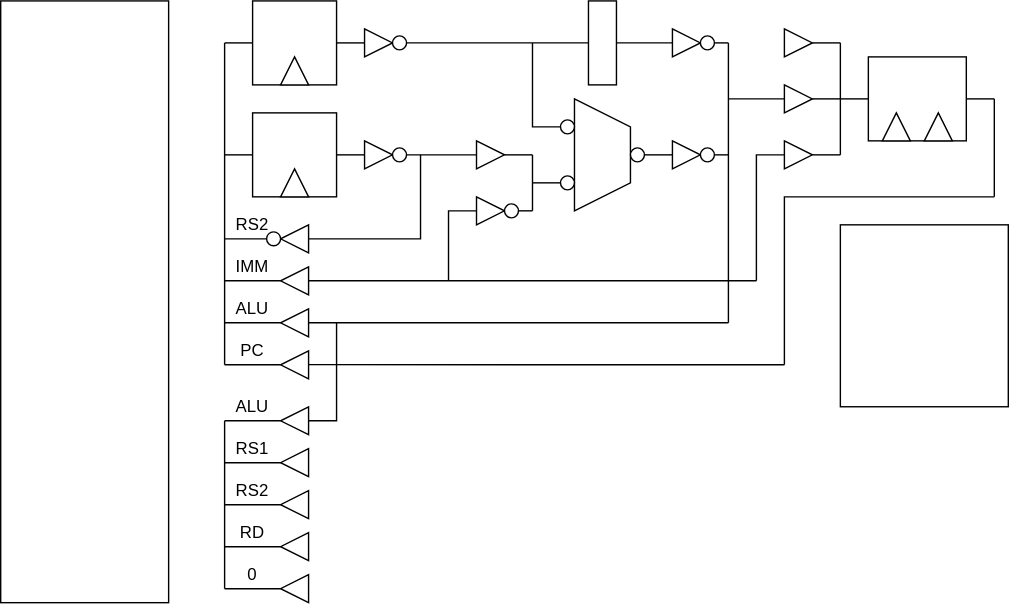
Above: Lab/Computer/Micon/02_LogicIC/img/circuit.dio.svg in amane-uehara/kanade-k-1228.github.io (draw.io), before the change. Source tidied: cells renumbered, new cells last; positions are measured from the earlier drawing's top-left corner, leaving out a move shared by most shapes.
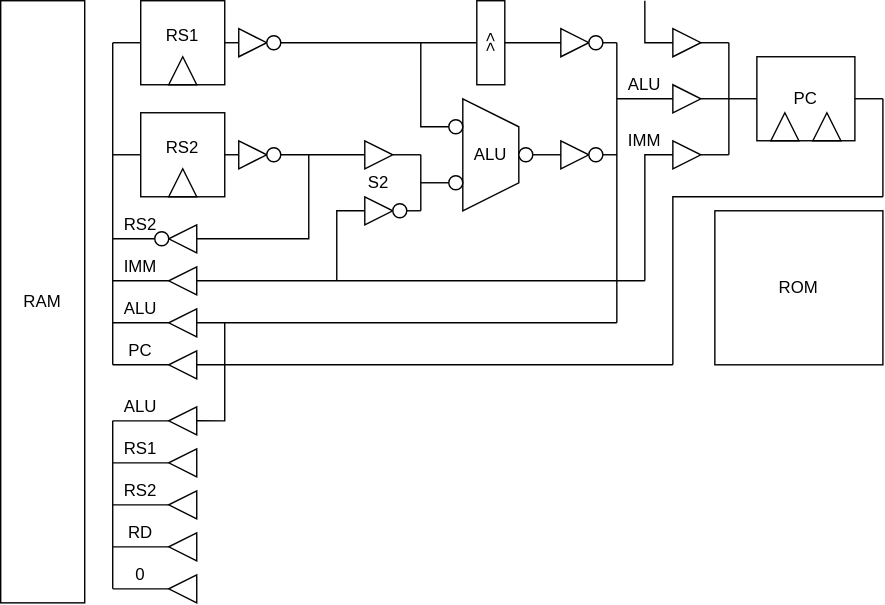
After the change.

What changed in the source:
```diff
@@ -11,7 +11,7 @@
     <mxCell id="4" style="endArrow=none;html=1;" parent="1" edge="1">
       <mxGeometry relative="1" as="geometry">
         <mxPoint x="240" y="30" as="sourcePoint" />
-        <mxPoint x="260" y="30" as="targetPoint" />
+        <mxPoint x="250" y="30" as="targetPoint" />
       </mxGeometry>
     </mxCell>
     <mxCell id="5" style="rounded=0;whiteSpace=wrap;html=1;" parent="1" vertex="1">
@@ -21,26 +21,26 @@
       <mxGeometry x="200" y="120" width="20" height="20" as="geometry" />
     </mxCell>
     <mxCell id="7" style="triangle;whiteSpace=wrap;html=1;direction=east;" parent="1" vertex="1">
-      <mxGeometry x="260" y="100" width="20" height="20" as="geometry" />
+      <mxGeometry x="250" y="100" width="20" height="20" as="geometry" />
     </mxCell>
     <mxCell id="8" style="ellipse;whiteSpace=wrap;html=1;" parent="1" vertex="1">
-      <mxGeometry x="280" y="105" width="10" height="10" as="geometry" />
+      <mxGeometry x="270" y="105" width="10" height="10" as="geometry" />
     </mxCell>
     <mxCell id="9" style="endArrow=none;html=1;" parent="1" edge="1">
       <mxGeometry relative="1" as="geometry">
         <mxPoint x="240" y="110" as="sourcePoint" />
-        <mxPoint x="260" y="110" as="targetPoint" />
+        <mxPoint x="250" y="110" as="targetPoint" />
       </mxGeometry>
     </mxCell>
     <mxCell id="10" style="endArrow=none;html=1;" parent="1" edge="1">
       <mxGeometry relative="1" as="geometry">
-        <mxPoint x="290" y="30" as="sourcePoint" />
+        <mxPoint x="280" y="30" as="sourcePoint" />
         <mxPoint x="420" y="30" as="targetPoint" />
       </mxGeometry>
     </mxCell>
     <mxCell id="11" style="endArrow=none;html=1;" parent="1" edge="1">
       <mxGeometry relative="1" as="geometry">
-        <mxPoint x="290" y="110" as="sourcePoint" />
+        <mxPoint x="280" y="110" as="sourcePoint" />
         <mxPoint x="340" y="110" as="targetPoint" />
       </mxGeometry>
     </mxCell>
@@ -89,7 +89,7 @@
         </Array>
       </mxGeometry>
     </mxCell>
-    <mxCell id="20" style="rounded=0;whiteSpace=wrap;html=1;" parent="1" vertex="1">
+    <mxCell id="20" value="&amp;gt;&amp;gt;" style="rounded=0;whiteSpace=wrap;html=1;horizontal=0;" parent="1" vertex="1">
       <mxGeometry x="420" width="20" height="60" as="geometry" />
     </mxCell>
     <mxCell id="21" style="shape=trapezoid;perimeter=trapezoidPerimeter;whiteSpace=wrap;html=1;fixedSize=1;direction=south;" parent="1" vertex="1">
@@ -147,10 +147,10 @@
       </mxGeometry>
     </mxCell>
     <mxCell id="32" style="triangle;whiteSpace=wrap;html=1;direction=east;" parent="1" vertex="1">
-      <mxGeometry x="260" y="20" width="20" height="20" as="geometry" />
+      <mxGeometry x="250" y="20" width="20" height="20" as="geometry" />
     </mxCell>
     <mxCell id="33" style="ellipse;whiteSpace=wrap;html=1;" parent="1" vertex="1">
-      <mxGeometry x="280" y="25" width="10" height="10" as="geometry" />
+      <mxGeometry x="270" y="25" width="10" height="10" as="geometry" />
     </mxCell>
     <mxCell id="34" style="ellipse;whiteSpace=wrap;html=1;" parent="1" vertex="1">
       <mxGeometry x="400" y="125" width="10" height="10" as="geometry" />
@@ -332,9 +332,6 @@
         <mxPoint x="200" y="300" as="targetPoint" />
       </mxGeometry>
     </mxCell>
-    <mxCell id="71" style="rounded=0;whiteSpace=wrap;html=1;" parent="1" vertex="1">
-      <mxGeometry width="120" height="430" as="geometry" />
-    </mxCell>
     <mxCell id="72" style="endArrow=none;html=1;rounded=0;" parent="1" edge="1">
       <mxGeometry relative="1" as="geometry">
         <mxPoint x="220" y="300" as="sourcePoint" />
@@ -407,9 +404,6 @@
     <mxCell id="89" value="0" style="text;html=1;strokeColor=none;fillColor=none;align=center;verticalAlign=middle;whiteSpace=wrap;rounded=0;" parent="1" vertex="1">
       <mxGeometry x="160" y="400" width="40" height="20" as="geometry" />
     </mxCell>
-    <mxCell id="90" style="rounded=0;whiteSpace=wrap;html=1;" parent="1" vertex="1">
-      <mxGeometry x="600" y="160" width="120" height="130" as="geometry" />
-    </mxCell>
     <mxCell id="91" style="endArrow=none;html=1;rounded=0;" parent="1" edge="1">
       <mxGeometry relative="1" as="geometry">
         <mxPoint x="560" y="260" as="sourcePoint" />
@@ -419,5 +413,41 @@
         </Array>
       </mxGeometry>
     </mxCell>
+    <mxCell id="92" style="endArrow=none;html=1;rounded=0;" parent="1" edge="1">
+      <mxGeometry relative="1" as="geometry">
+        <mxPoint x="540" as="sourcePoint" />
+        <mxPoint x="560" y="30" as="targetPoint" />
+        <Array as="points">
+          <mxPoint x="540" y="30" />
+        </Array>
+      </mxGeometry>
+    </mxCell>
+    <mxCell id="93" value="RS2" style="text;html=1;strokeColor=none;fillColor=none;align=center;verticalAlign=middle;whiteSpace=wrap;rounded=0;" parent="1" vertex="1">
+      <mxGeometry x="190" y="95" width="40" height="20" as="geometry" />
+    </mxCell>
+    <mxCell id="94" value="RS1" style="text;html=1;strokeColor=none;fillColor=none;align=center;verticalAlign=middle;whiteSpace=wrap;rounded=0;" parent="1" vertex="1">
+      <mxGeometry x="190" y="15" width="40" height="20" as="geometry" />
+    </mxCell>
+    <mxCell id="95" value="S2" style="text;html=1;strokeColor=none;fillColor=none;align=center;verticalAlign=middle;whiteSpace=wrap;rounded=0;" parent="1" vertex="1">
+      <mxGeometry x="330" y="120" width="40" height="20" as="geometry" />
+    </mxCell>
+    <mxCell id="96" value="ALU" style="text;html=1;strokeColor=none;fillColor=none;align=center;verticalAlign=middle;whiteSpace=wrap;rounded=0;" parent="1" vertex="1">
+      <mxGeometry x="520" y="50" width="40" height="20" as="geometry" />
+    </mxCell>
+    <mxCell id="97" value="IMM" style="text;html=1;strokeColor=none;fillColor=none;align=center;verticalAlign=middle;whiteSpace=wrap;rounded=0;" parent="1" vertex="1">
+      <mxGeometry x="520" y="90" width="40" height="20" as="geometry" />
+    </mxCell>
+    <mxCell id="98" value="PC" style="text;html=1;strokeColor=none;fillColor=none;align=center;verticalAlign=middle;whiteSpace=wrap;rounded=0;" parent="1" vertex="1">
+      <mxGeometry x="635" y="60" width="40" height="20" as="geometry" />
+    </mxCell>
+    <mxCell id="99" value="ALU" style="text;html=1;strokeColor=none;fillColor=none;align=center;verticalAlign=middle;whiteSpace=wrap;rounded=0;" parent="1" vertex="1">
+      <mxGeometry x="410" y="100" width="40" height="20" as="geometry" />
+    </mxCell>
+    <mxCell id="100" value="RAM" style="rounded=0;whiteSpace=wrap;html=1;fillColor=default;" parent="1" vertex="1">
+      <mxGeometry x="80" width="60" height="430" as="geometry" />
+    </mxCell>
+    <mxCell id="101" value="ROM" style="rounded=0;whiteSpace=wrap;html=1;fillColor=default;" parent="1" vertex="1">
+      <mxGeometry x="590" y="150" width="120" height="110" as="geometry" />
+    </mxCell>
   </root>
 </mxGraphModel>
```
